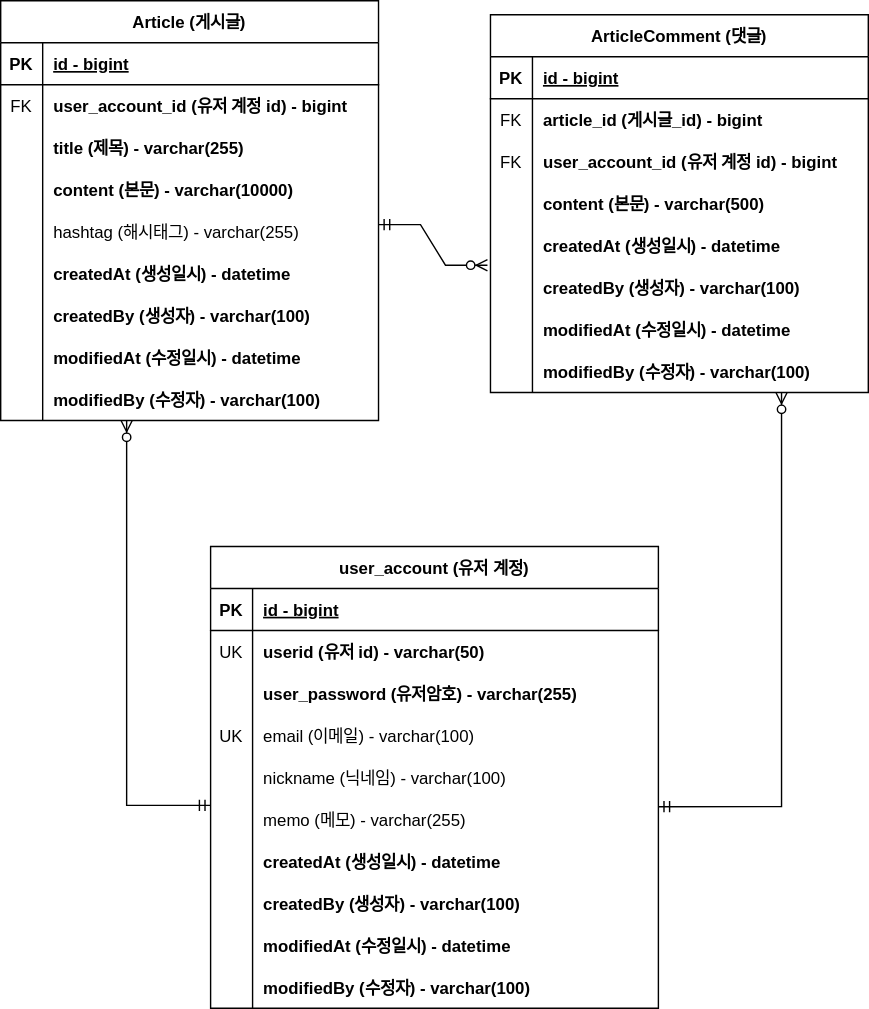
Above: document/board-service-erd.svg in yunh0/board-service (draw.io), before the change. Source tidied: cells renumbered, new cells last; positions are measured from the earlier drawing's top-left corner, leaving out a move shared by most shapes.
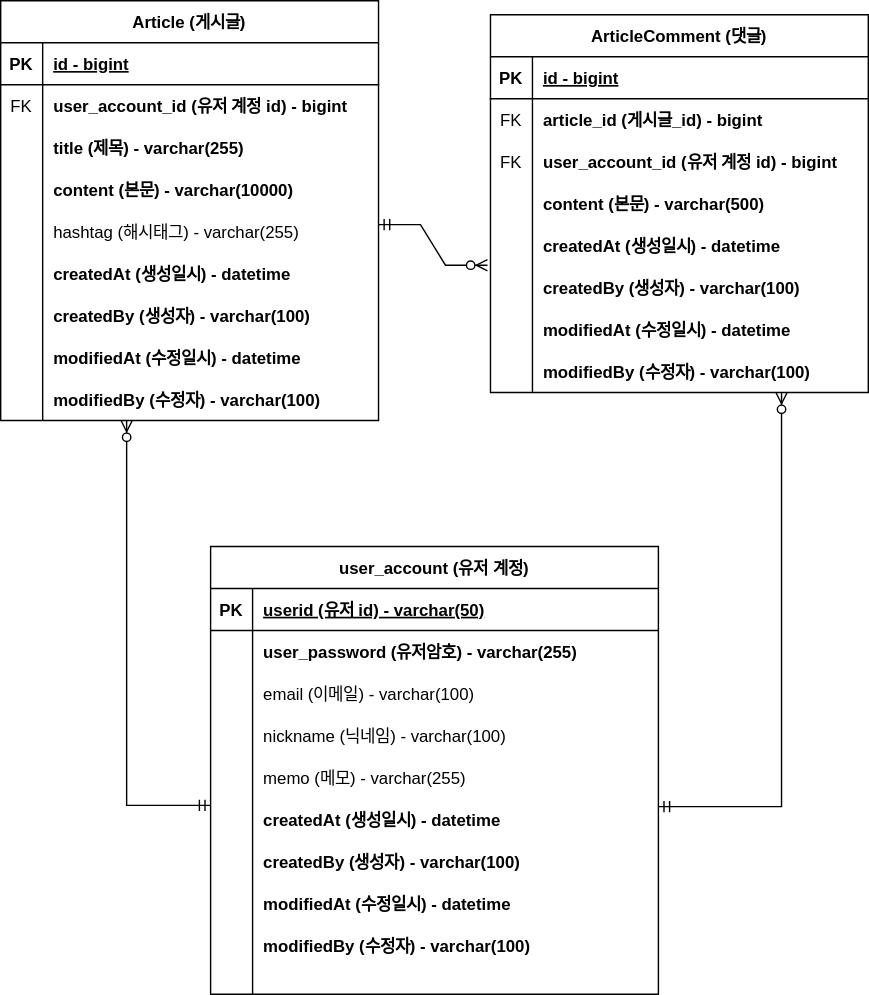
The same diagram one commit later.

Commit message:
#36 - ERD. 수정 : user_id를 PK로 변경

The edit, as a diff of the source:
```diff
@@ -167,7 +167,7 @@
       </mxGeometry>
     </mxCell>
     <mxCell id="56" value="user_account (유저 계정)" style="shape=table;startSize=30;rowLines=0;fontStyle=1;align=center;" parent="1" vertex="1">
-      <mxGeometry x="150" y="390" width="320" height="330" as="geometry" />
+      <mxGeometry x="150" y="390" width="320" height="320" as="geometry" />
     </mxCell>
     <mxCell id="57" style="shape=partialRectangle;fillColor=none;top=0;left=0;right=0;bottom=1;" parent="56" vertex="1">
       <mxGeometry y="30" width="320" height="30" as="geometry" />
@@ -175,16 +175,16 @@
     <mxCell id="58" value="PK" style="shape=partialRectangle;overflow=hidden;fillColor=none;top=0;left=0;bottom=0;right=0;fontStyle=1;" parent="57" vertex="1">
       <mxGeometry width="30" height="30" as="geometry" />
     </mxCell>
-    <mxCell id="59" value="id - bigint" style="shape=partialRectangle;overflow=hidden;fillColor=none;top=0;left=0;bottom=0;right=0;align=left;spacingLeft=6;fontStyle=5;" parent="57" vertex="1">
+    <mxCell id="59" value="userid (유저 id) - varchar(50)" style="shape=partialRectangle;overflow=hidden;fillColor=none;top=0;left=0;bottom=0;right=0;align=left;spacingLeft=6;fontStyle=5;" parent="57" vertex="1">
       <mxGeometry x="30" width="290" height="30" as="geometry" />
     </mxCell>
     <mxCell id="60" style="shape=partialRectangle;fillColor=none;top=0;left=0;right=0;bottom=0;" parent="56" vertex="1">
       <mxGeometry y="60" width="320" height="30" as="geometry" />
     </mxCell>
-    <mxCell id="61" value="UK" style="shape=partialRectangle;overflow=hidden;fillColor=none;top=0;left=0;bottom=0;right=0;" parent="60" vertex="1">
+    <mxCell id="61" style="shape=partialRectangle;overflow=hidden;fillColor=none;top=0;left=0;bottom=0;right=0;" parent="60" vertex="1">
       <mxGeometry width="30" height="30" as="geometry" />
     </mxCell>
-    <mxCell id="62" value="userid (유저 id) - varchar(50)" style="shape=partialRectangle;overflow=hidden;fillColor=none;top=0;left=0;bottom=0;right=0;align=left;spacingLeft=6;fontStyle=1;" parent="60" vertex="1">
+    <mxCell id="62" value="user_password (유저암호) - varchar(255)" style="shape=partialRectangle;overflow=hidden;fillColor=none;top=0;left=0;bottom=0;right=0;align=left;spacingLeft=6;fontStyle=1;" parent="60" vertex="1">
       <mxGeometry x="30" width="290" height="30" as="geometry" />
     </mxCell>
     <mxCell id="63" style="shape=partialRectangle;fillColor=none;top=0;left=0;right=0;bottom=0;" parent="56" vertex="1">
@@ -193,16 +193,16 @@
     <mxCell id="64" style="shape=partialRectangle;overflow=hidden;fillColor=none;top=0;left=0;bottom=0;right=0;" parent="63" vertex="1">
       <mxGeometry width="30" height="30" as="geometry" />
     </mxCell>
-    <mxCell id="65" value="user_password (유저암호) - varchar(255)" style="shape=partialRectangle;overflow=hidden;fillColor=none;top=0;left=0;bottom=0;right=0;align=left;spacingLeft=6;fontStyle=1;" parent="63" vertex="1">
+    <mxCell id="65" value="email (이메일) - varchar(100)" style="shape=partialRectangle;overflow=hidden;fillColor=none;top=0;left=0;bottom=0;right=0;align=left;spacingLeft=6;fontStyle=0;" parent="63" vertex="1">
       <mxGeometry x="30" width="290" height="30" as="geometry" />
     </mxCell>
     <mxCell id="66" style="shape=partialRectangle;fillColor=none;top=0;left=0;right=0;bottom=0;" parent="56" vertex="1">
       <mxGeometry y="120" width="320" height="30" as="geometry" />
     </mxCell>
-    <mxCell id="67" value="UK" style="shape=partialRectangle;overflow=hidden;fillColor=none;top=0;left=0;bottom=0;right=0;" parent="66" vertex="1">
+    <mxCell id="67" style="shape=partialRectangle;overflow=hidden;fillColor=none;top=0;left=0;bottom=0;right=0;" parent="66" vertex="1">
       <mxGeometry width="30" height="30" as="geometry" />
     </mxCell>
-    <mxCell id="68" value="email (이메일) - varchar(100)" style="shape=partialRectangle;overflow=hidden;fillColor=none;top=0;left=0;bottom=0;right=0;align=left;spacingLeft=6;" parent="66" vertex="1">
+    <mxCell id="68" value="nickname (닉네임) - varchar(100)" style="shape=partialRectangle;overflow=hidden;fillColor=none;top=0;left=0;bottom=0;right=0;align=left;spacingLeft=6;" parent="66" vertex="1">
       <mxGeometry x="30" width="290" height="30" as="geometry" />
     </mxCell>
     <mxCell id="69" style="shape=partialRectangle;fillColor=none;top=0;left=0;right=0;bottom=0;" parent="56" vertex="1">
@@ -211,7 +211,7 @@
     <mxCell id="70" style="shape=partialRectangle;overflow=hidden;fillColor=none;top=0;left=0;bottom=0;right=0;" parent="69" vertex="1">
       <mxGeometry width="30" height="30" as="geometry" />
     </mxCell>
-    <mxCell id="71" value="nickname (닉네임) - varchar(100)" style="shape=partialRectangle;overflow=hidden;fillColor=none;top=0;left=0;bottom=0;right=0;align=left;spacingLeft=6;" parent="69" vertex="1">
+    <mxCell id="71" value="memo (메모) - varchar(255)" style="shape=partialRectangle;overflow=hidden;fillColor=none;top=0;left=0;bottom=0;right=0;align=left;spacingLeft=6;" parent="69" vertex="1">
       <mxGeometry x="30" width="290" height="30" as="geometry" />
     </mxCell>
     <mxCell id="72" style="shape=partialRectangle;fillColor=none;top=0;left=0;right=0;bottom=0;" parent="56" vertex="1">
@@ -220,7 +220,7 @@
     <mxCell id="73" style="shape=partialRectangle;overflow=hidden;fillColor=none;top=0;left=0;bottom=0;right=0;" parent="72" vertex="1">
       <mxGeometry width="30" height="30" as="geometry" />
     </mxCell>
-    <mxCell id="74" value="memo (메모) - varchar(255)" style="shape=partialRectangle;overflow=hidden;fillColor=none;top=0;left=0;bottom=0;right=0;align=left;spacingLeft=6;" parent="72" vertex="1">
+    <mxCell id="74" value="createdAt (생성일시) - datetime" style="shape=partialRectangle;overflow=hidden;fillColor=none;top=0;left=0;bottom=0;right=0;align=left;spacingLeft=6;fontStyle=1;" parent="72" vertex="1">
       <mxGeometry x="30" width="290" height="30" as="geometry" />
     </mxCell>
     <mxCell id="75" style="shape=partialRectangle;fillColor=none;top=0;left=0;right=0;bottom=0;" parent="56" vertex="1">
@@ -229,7 +229,7 @@
     <mxCell id="76" style="shape=partialRectangle;overflow=hidden;fillColor=none;top=0;left=0;bottom=0;right=0;" parent="75" vertex="1">
       <mxGeometry width="30" height="30" as="geometry" />
     </mxCell>
-    <mxCell id="77" value="createdAt (생성일시) - datetime" style="shape=partialRectangle;overflow=hidden;fillColor=none;top=0;left=0;bottom=0;right=0;align=left;spacingLeft=6;fontStyle=1;" parent="75" vertex="1">
+    <mxCell id="77" value="createdBy (생성자) - varchar(100)" style="shape=partialRectangle;overflow=hidden;fillColor=none;top=0;left=0;bottom=0;right=0;align=left;spacingLeft=6;fontStyle=1;" parent="75" vertex="1">
       <mxGeometry x="30" width="290" height="30" as="geometry" />
     </mxCell>
     <mxCell id="78" style="shape=partialRectangle;fillColor=none;top=0;left=0;right=0;bottom=0;" parent="56" vertex="1">
@@ -238,7 +238,7 @@
     <mxCell id="79" style="shape=partialRectangle;overflow=hidden;fillColor=none;top=0;left=0;bottom=0;right=0;" parent="78" vertex="1">
       <mxGeometry width="30" height="30" as="geometry" />
     </mxCell>
-    <mxCell id="80" value="createdBy (생성자) - varchar(100)" style="shape=partialRectangle;overflow=hidden;fillColor=none;top=0;left=0;bottom=0;right=0;align=left;spacingLeft=6;fontStyle=1;" parent="78" vertex="1">
+    <mxCell id="80" value="modifiedAt (수정일시) - datetime" style="shape=partialRectangle;overflow=hidden;fillColor=none;top=0;left=0;bottom=0;right=0;align=left;spacingLeft=6;fontStyle=1;" parent="78" vertex="1">
       <mxGeometry x="30" width="290" height="30" as="geometry" />
     </mxCell>
     <mxCell id="81" style="shape=partialRectangle;fillColor=none;top=0;left=0;right=0;bottom=0;" parent="56" vertex="1">
@@ -247,17 +247,17 @@
     <mxCell id="82" style="shape=partialRectangle;overflow=hidden;fillColor=none;top=0;left=0;bottom=0;right=0;" parent="81" vertex="1">
       <mxGeometry width="30" height="30" as="geometry" />
     </mxCell>
-    <mxCell id="83" value="modifiedAt (수정일시) - datetime" style="shape=partialRectangle;overflow=hidden;fillColor=none;top=0;left=0;bottom=0;right=0;align=left;spacingLeft=6;fontStyle=1;" parent="81" vertex="1">
+    <mxCell id="83" value="modifiedBy (수정자) - varchar(100)" style="shape=partialRectangle;overflow=hidden;fillColor=none;top=0;left=0;bottom=0;right=0;align=left;spacingLeft=6;fontStyle=1;" parent="81" vertex="1">
       <mxGeometry x="30" width="290" height="30" as="geometry" />
     </mxCell>
     <mxCell id="84" style="shape=partialRectangle;fillColor=none;top=0;left=0;right=0;bottom=0;" parent="56" vertex="1">
-      <mxGeometry y="300" width="320" height="30" as="geometry" />
+      <mxGeometry y="300" width="320" height="20" as="geometry" />
     </mxCell>
     <mxCell id="85" style="shape=partialRectangle;overflow=hidden;fillColor=none;top=0;left=0;bottom=0;right=0;" parent="84" vertex="1">
-      <mxGeometry width="30" height="30" as="geometry" />
+      <mxGeometry width="30" height="20" as="geometry" />
     </mxCell>
-    <mxCell id="86" value="modifiedBy (수정자) - varchar(100)" style="shape=partialRectangle;overflow=hidden;fillColor=none;top=0;left=0;bottom=0;right=0;align=left;spacingLeft=6;fontStyle=1;" parent="84" vertex="1">
-      <mxGeometry x="30" width="290" height="30" as="geometry" />
+    <mxCell id="86" style="shape=partialRectangle;overflow=hidden;fillColor=none;top=0;left=0;bottom=0;right=0;align=left;spacingLeft=6;fontStyle=1;" parent="84" vertex="1">
+      <mxGeometry x="30" width="290" height="20" as="geometry" />
     </mxCell>
     <mxCell id="87" style="edgeStyle=orthogonalEdgeStyle;fontSize=12;html=1;endArrow=ERzeroToMany;startArrow=ERmandOne;rounded=0;exitX=1.007;exitY=0.198;exitDx=0;exitDy=0;exitPerimeter=0;" parent="1" edge="1" target="24">
       <mxGeometry relative="1" as="geometry">
```
